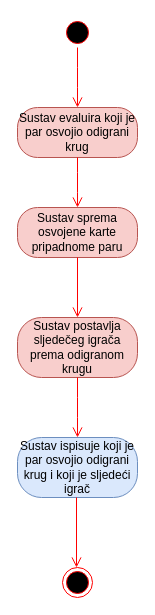
The draw.io diagram page "Activity: Evaluacija odigranog kruga" (8 of 11) of Dijagram.drawio in TheRealJoci/Tressette-Terminal-Card-Game, before the edit. Source tidied: cells renumbered, new cells numbered last; positions are measured from the earlier drawing's top-left corner, leaving out a move shared by most shapes. Both pictures are drawn from the tidied source at 100%, with x=0, y=0 at pixel (17, 17).
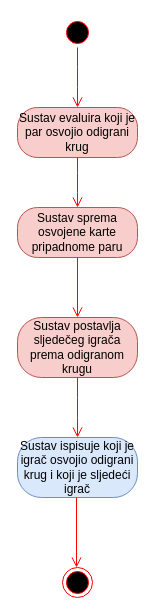
Above is the later version.

Diff of the diagram source:
```diff
@@
 <mxGraphModel>
   <root>
     <mxCell id="0" />
     <mxCell id="1" parent="0" />
     <mxCell id="2" style="ellipse;html=1;shape=startState;fillColor=#000000;strokeColor=#ff0000;" parent="1" vertex="1">
       <mxGeometry x="45" width="30" height="30" as="geometry" />
     </mxCell>
     <mxCell id="3" style="edgeStyle=orthogonalEdgeStyle;html=1;verticalAlign=bottom;endArrow=open;endSize=8;strokeColor=#ff0000;" parent="1" edge="1" source="2">
       <mxGeometry relative="1" as="geometry">
         <mxPoint x="60" y="90" as="targetPoint" />
       </mxGeometry>
     </mxCell>
     <mxCell id="4" value="Sustav evaluira koji je par osvojio odigrani krug" style="rounded=1;whiteSpace=wrap;html=1;arcSize=40;fillColor=#f8cecc;strokeColor=#b85450;" parent="1" vertex="1">
       <mxGeometry y="90" width="120" height="50" as="geometry" />
     </mxCell>
     <mxCell id="5" style="edgeStyle=orthogonalEdgeStyle;html=1;verticalAlign=bottom;endArrow=open;endSize=8;strokeColor=#ff0000;" parent="1" edge="1" source="4">
       <mxGeometry relative="1" as="geometry">
         <mxPoint x="60" y="190" as="targetPoint" />
       </mxGeometry>
     </mxCell>
     <mxCell id="6" value="Sustav sprema osvojene karte pripadnome paru" style="rounded=1;whiteSpace=wrap;html=1;arcSize=40;fillColor=#f8cecc;strokeColor=#b85450;" parent="1" vertex="1">
       <mxGeometry y="190" width="120" height="50" as="geometry" />
     </mxCell>
     <mxCell id="7" style="edgeStyle=orthogonalEdgeStyle;html=1;verticalAlign=bottom;endArrow=open;endSize=8;strokeColor=#ff0000;entryX=0.5;entryY=0;entryDx=0;entryDy=0;" parent="1" edge="1" source="6" target="8">
       <mxGeometry relative="1" as="geometry" />
     </mxCell>
     <mxCell id="8" value="Sustav postavlja sljedečeg igrača prema odigranom krugu" style="rounded=1;whiteSpace=wrap;html=1;arcSize=40;fillColor=#f8cecc;strokeColor=#b85450;" parent="1" vertex="1">
       <mxGeometry y="300" width="120" height="60" as="geometry" />
     </mxCell>
     <mxCell id="9" style="edgeStyle=orthogonalEdgeStyle;html=1;verticalAlign=bottom;endArrow=open;endSize=8;strokeColor=#ff0000;" parent="1" edge="1" source="8">
       <mxGeometry relative="1" as="geometry">
         <mxPoint x="60" y="420" as="targetPoint" />
       </mxGeometry>
     </mxCell>
     <mxCell id="10" style="ellipse;html=1;shape=endState;fillColor=#000000;strokeColor=#ff0000;" parent="1" vertex="1">
       <mxGeometry x="45" y="550" width="30" height="30" as="geometry" />
     </mxCell>
-    <mxCell id="11" value="Sustav ispisuje koji je par osvojio odigrani krug i koji je sljedeći igrač" style="rounded=1;whiteSpace=wrap;html=1;arcSize=40;fillColor=#dae8fc;strokeColor=#6c8ebf;" parent="1" vertex="1">
+    <mxCell id="11" value="Sustav ispisuje koji je igrač osvojio odigrani krug i koji je sljedeći igrač" style="rounded=1;whiteSpace=wrap;html=1;arcSize=40;fillColor=#dae8fc;strokeColor=#6c8ebf;" parent="1" vertex="1">
       <mxGeometry y="420" width="120" height="60" as="geometry" />
     </mxCell>
     <mxCell id="12" style="edgeStyle=orthogonalEdgeStyle;html=1;verticalAlign=bottom;endArrow=open;endSize=8;strokeColor=#ff0000;" parent="1" edge="1">
       <mxGeometry relative="1" as="geometry">
         <mxPoint x="59" y="480" as="sourcePoint" />
         <mxPoint x="59" y="550" as="targetPoint" />
       </mxGeometry>
     </mxCell>
   </root>
 </mxGraphModel>
```
